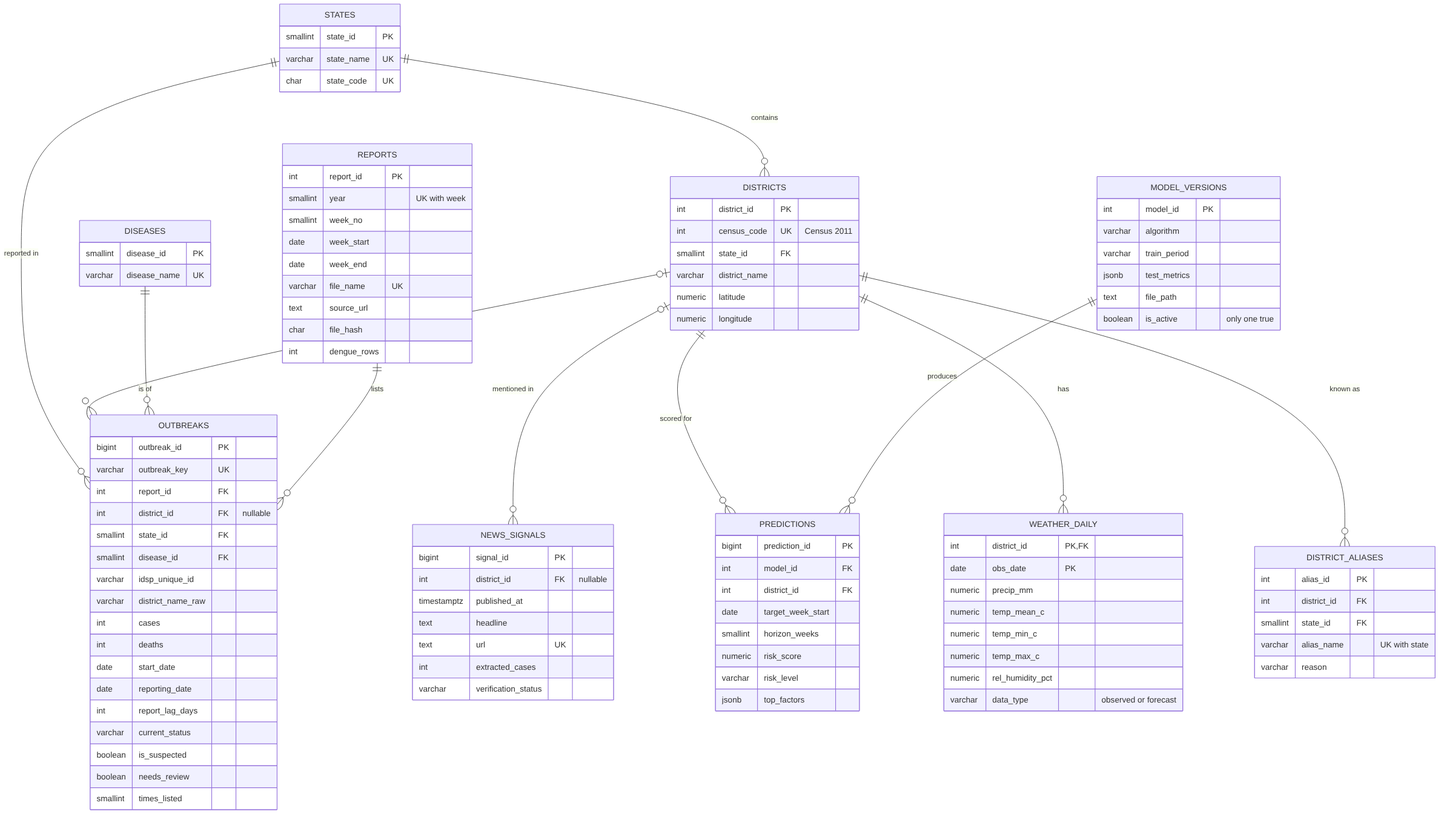
Before: docs/diagrams/er_diagram.png, a diagram exported from Mermaid (Dwijen03/denguewatch-india). Its source is kept beside it as docs/diagrams/er_diagram.mmd.
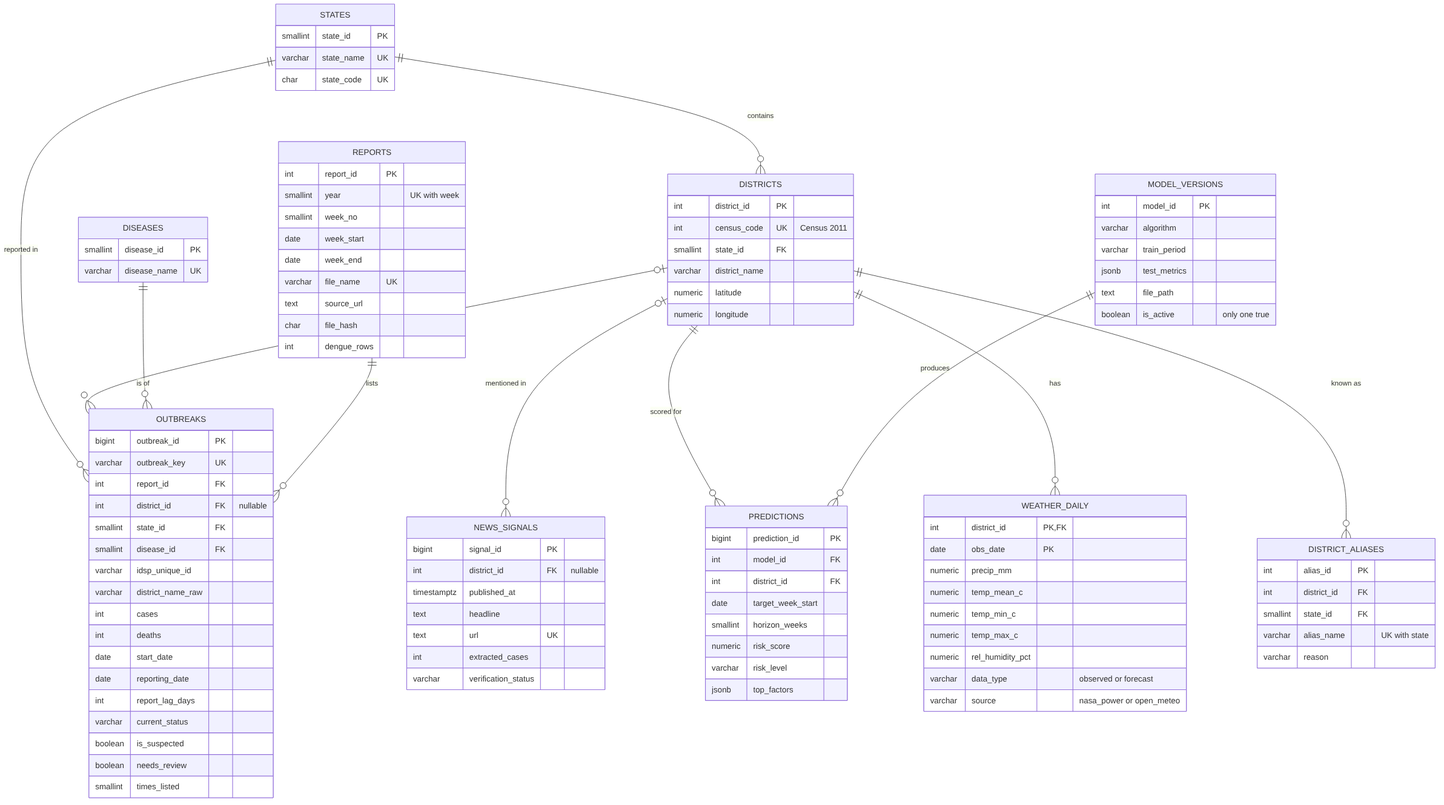
Later version of the same file.

Commit message:
Step 6: weather integration (NASA POWER history + Open-Meteo forecast)

The edit, as a diff of the source:
```diff
@@ -73,6 +73,7 @@
     numeric temp_max_c
     numeric rel_humidity_pct
     varchar data_type "observed or forecast"
+    varchar source "nasa_power or open_meteo"
   }
   MODEL_VERSIONS {
     int model_id PK
```
